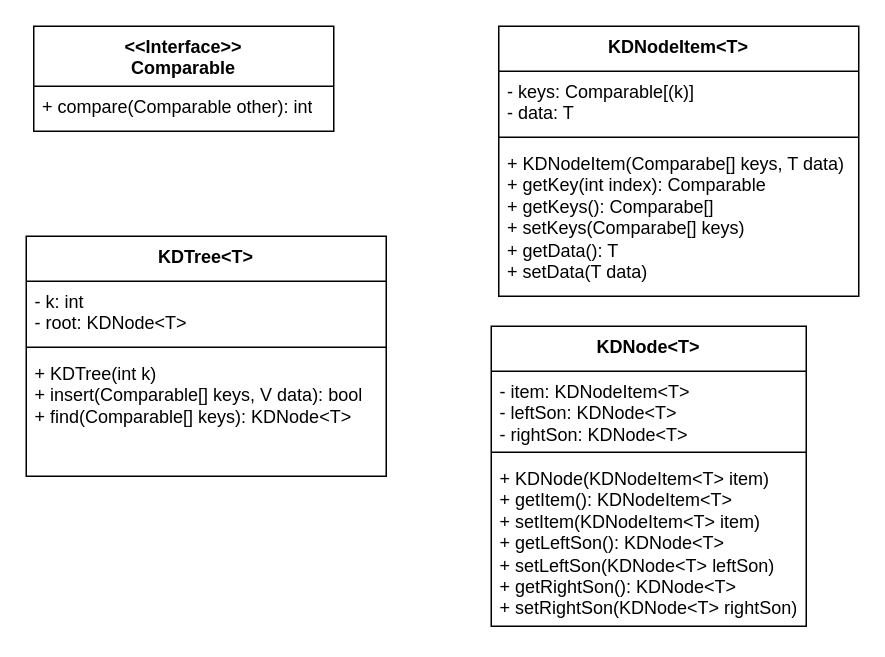
Above: doc/KDTreeUML.drawio in juraj-n/ADS2 (draw.io), before the change. Source tidied: cells renumbered, new cells numbered last; positions are measured from the earlier drawing's top-left corner, leaving out a move shared by most shapes. Both pictures are drawn from the tidied source at 150%, with x=0, y=0 at pixel (26, 26).
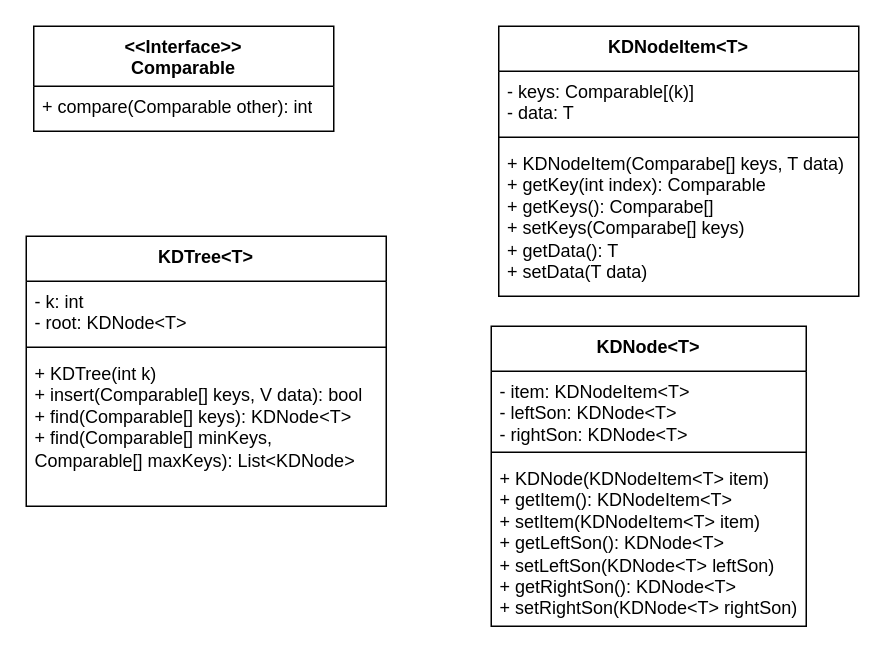
After the change.

Commit message (it also covers changes not shown here):
KDTree declaration for 2 find methods

The edit, as a diff of the source:
```diff
@@
 <mxGraphModel>
   <root>
     <mxCell id="0" />
     <mxCell id="1" parent="0" />
     <mxCell id="2" value="KDTree&lt;span style=&quot;background-color: transparent; color: light-dark(rgb(0, 0, 0), rgb(255, 255, 255));&quot;&gt;&amp;lt;T&amp;gt;&lt;/span&gt;" style="swimlane;fontStyle=1;align=center;verticalAlign=top;horizontal=1;startSize=30;whiteSpace=wrap;html=1;" parent="1" vertex="1">
-      <mxGeometry y="140" width="240" height="160" as="geometry" />
+      <mxGeometry y="140" width="240" height="180" as="geometry" />
     </mxCell>
     <mxCell id="3" value="- k: int&lt;div&gt;- root: KDNode&amp;lt;T&amp;gt;&lt;/div&gt;" style="text;strokeColor=none;fillColor=none;align=left;verticalAlign=top;spacingLeft=4;spacingRight=4;overflow=hidden;whiteSpace=wrap;html=1;" parent="2" vertex="1">
       <mxGeometry y="30" width="240" height="40" as="geometry" />
     </mxCell>
     <mxCell id="4" style="line;strokeWidth=1;fillColor=none;align=left;verticalAlign=middle;spacingTop=-1;spacingLeft=3;spacingRight=3;labelPosition=right;strokeColor=inherit;" parent="2" vertex="1">
       <mxGeometry y="70" width="240" height="8" as="geometry" />
     </mxCell>
-    <mxCell id="5" value="+ KDTree(int k)&lt;div&gt;+ insert(Comparable[] keys, V data): bool&lt;/div&gt;&lt;div&gt;+ find(Comparable[] keys): KDNode&amp;lt;T&amp;gt;&lt;/div&gt;" style="text;strokeColor=none;fillColor=none;align=left;verticalAlign=top;spacingLeft=4;spacingRight=4;overflow=hidden;whiteSpace=wrap;html=1;" parent="2" vertex="1">
-      <mxGeometry y="78" width="240" height="82" as="geometry" />
+    <mxCell id="5" value="+ KDTree(int k)&lt;div&gt;+ insert(Comparable[] keys, V data): bool&lt;/div&gt;&lt;div&gt;+ find(Comparable[] keys): KDNode&amp;lt;T&amp;gt;&lt;/div&gt;&lt;div&gt;+ find(Comparable[] minKeys, Comparable[] maxKeys): List&amp;lt;KDNode&amp;gt;&lt;/div&gt;" style="text;strokeColor=none;fillColor=none;align=left;verticalAlign=top;spacingLeft=4;spacingRight=4;overflow=hidden;whiteSpace=wrap;html=1;" parent="2" vertex="1">
+      <mxGeometry y="78" width="240" height="102" as="geometry" />
     </mxCell>
     <mxCell id="6" value="KDNode&lt;span style=&quot;background-color: transparent; color: light-dark(rgb(0, 0, 0), rgb(255, 255, 255));&quot;&gt;&amp;lt;T&amp;gt;&lt;/span&gt;" style="swimlane;fontStyle=1;align=center;verticalAlign=top;horizontal=1;startSize=30;whiteSpace=wrap;html=1;" parent="1" vertex="1">
       <mxGeometry x="310" y="200" width="210" height="200" as="geometry" />
     </mxCell>
     <mxCell id="7" value="- item: KDNodeItem&amp;lt;T&amp;gt;&lt;div&gt;- leftSon: KDNode&lt;span style=&quot;background-color: transparent; color: light-dark(rgb(0, 0, 0), rgb(255, 255, 255));&quot;&gt;&amp;lt;T&amp;gt;&lt;/span&gt;&lt;/div&gt;&lt;div&gt;- rightSon: KDNode&lt;span style=&quot;background-color: transparent; color: light-dark(rgb(0, 0, 0), rgb(255, 255, 255));&quot;&gt;&amp;lt;T&amp;gt;&lt;/span&gt;&lt;/div&gt;" style="text;strokeColor=none;fillColor=none;align=left;verticalAlign=top;spacingLeft=4;spacingRight=4;overflow=hidden;whiteSpace=wrap;html=1;" parent="6" vertex="1">
       <mxGeometry y="30" width="210" height="50" as="geometry" />
     </mxCell>
     <mxCell id="8" style="line;strokeWidth=1;fillColor=none;align=left;verticalAlign=middle;spacingTop=-1;spacingLeft=3;spacingRight=3;labelPosition=right;strokeColor=inherit;" parent="6" vertex="1">
       <mxGeometry y="80" width="210" height="8" as="geometry" />
     </mxCell>
     <mxCell id="9" value="&lt;div&gt;+ KDNode(KDNodeItem&amp;lt;T&amp;gt; item)&lt;/div&gt;+ getItem(): KDNodeItem&amp;lt;T&amp;gt;&lt;div&gt;+ setItem(KDNodeItem&amp;lt;T&amp;gt; item)&lt;br&gt;&lt;div&gt;+ getLeftSon(): KDNode&amp;lt;T&amp;gt;&lt;/div&gt;&lt;div&gt;+ setLeftSon(KDNode&amp;lt;T&amp;gt; leftSon)&lt;/div&gt;&lt;div&gt;+ getRightSon(): KDNode&amp;lt;T&amp;gt;&lt;/div&gt;&lt;/div&gt;&lt;div&gt;+ setRightSon(KDNode&amp;lt;T&amp;gt; rightSon)&lt;/div&gt;" style="text;strokeColor=none;fillColor=none;align=left;verticalAlign=top;spacingLeft=4;spacingRight=4;overflow=hidden;whiteSpace=wrap;html=1;" parent="6" vertex="1">
       <mxGeometry y="88" width="210" height="112" as="geometry" />
     </mxCell>
     <mxCell id="10" value="KDNodeItem&lt;span style=&quot;background-color: transparent; color: light-dark(rgb(0, 0, 0), rgb(255, 255, 255));&quot;&gt;&amp;lt;T&amp;gt;&lt;/span&gt;" style="swimlane;fontStyle=1;align=center;verticalAlign=top;horizontal=1;startSize=30;whiteSpace=wrap;html=1;" parent="1" vertex="1">
       <mxGeometry x="315" width="240" height="180" as="geometry" />
     </mxCell>
     <mxCell id="11" value="- keys: Comparable[(k)]&lt;div&gt;- data: T&lt;/div&gt;" style="text;strokeColor=none;fillColor=none;align=left;verticalAlign=top;spacingLeft=4;spacingRight=4;overflow=hidden;whiteSpace=wrap;html=1;" parent="10" vertex="1">
       <mxGeometry y="30" width="240" height="40" as="geometry" />
     </mxCell>
     <mxCell id="12" style="line;strokeWidth=1;fillColor=none;align=left;verticalAlign=middle;spacingTop=-1;spacingLeft=3;spacingRight=3;labelPosition=right;strokeColor=inherit;" parent="10" vertex="1">
       <mxGeometry y="70" width="240" height="8" as="geometry" />
     </mxCell>
     <mxCell id="13" value="&lt;div&gt;+ KDNodeItem(Comparabe[] keys, T data)&lt;/div&gt;&lt;div&gt;+ getKey(int index): Comparable&lt;/div&gt;+ getKeys(): Comparabe[]&lt;div&gt;+ setKeys(Comparabe[] keys)&lt;/div&gt;&lt;div&gt;+ getData(): T&lt;/div&gt;&lt;div&gt;+ setData(T data)&lt;/div&gt;" style="text;strokeColor=none;fillColor=none;align=left;verticalAlign=top;spacingLeft=4;spacingRight=4;overflow=hidden;whiteSpace=wrap;html=1;" parent="10" vertex="1">
       <mxGeometry y="78" width="240" height="102" as="geometry" />
     </mxCell>
     <mxCell id="14" value="&amp;lt;&amp;lt;Interface&amp;gt;&amp;gt;&lt;div&gt;Comparable&lt;/div&gt;" style="swimlane;fontStyle=1;align=center;verticalAlign=top;horizontal=1;startSize=40;whiteSpace=wrap;html=1;" parent="1" vertex="1">
       <mxGeometry x="5" width="200" height="70" as="geometry" />
     </mxCell>
     <mxCell id="15" value="+ compare(Comparable other): int" style="text;strokeColor=none;fillColor=none;align=left;verticalAlign=top;spacingLeft=4;spacingRight=4;overflow=hidden;whiteSpace=wrap;html=1;" parent="14" vertex="1">
       <mxGeometry y="40" width="200" height="30" as="geometry" />
     </mxCell>
   </root>
 </mxGraphModel>
```
